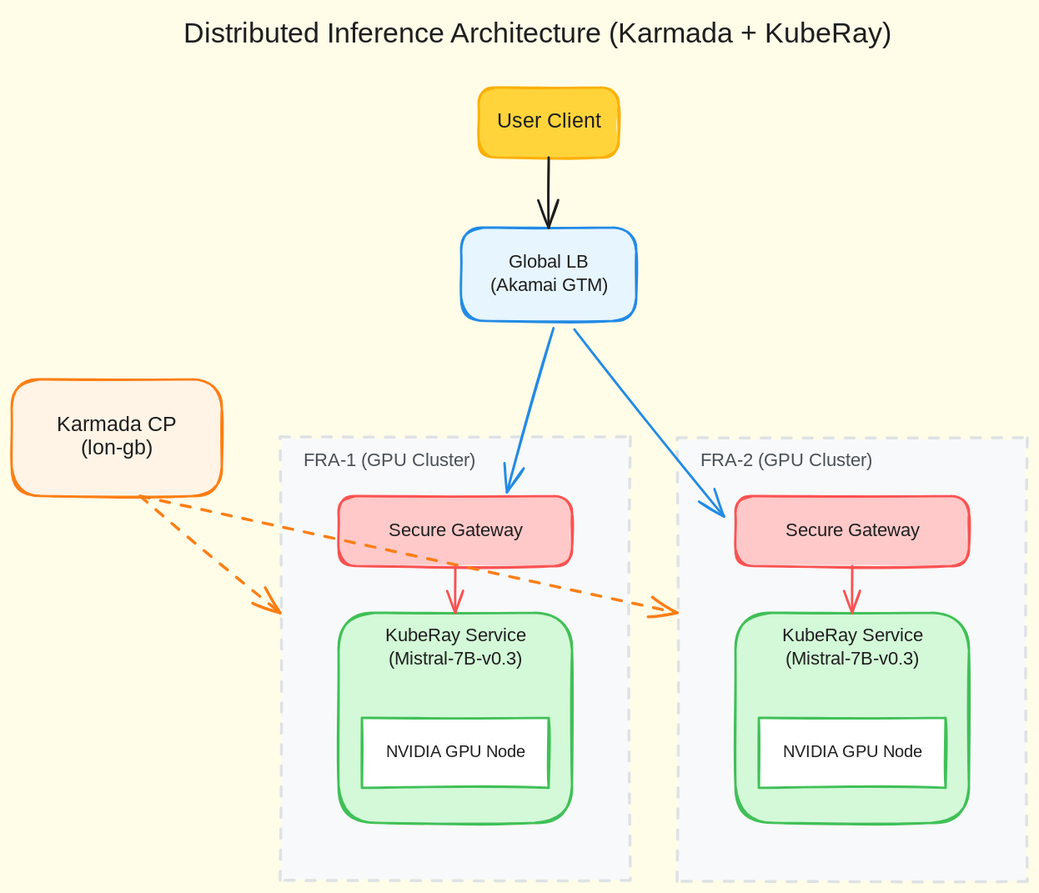
The Excalidraw diagram lke_distributed_inference/distributed-inference-architecture.excalidraw.svg in ram-pi/linode-playground, before a commit. Source tidied: one line per element, renumbered; positions are measured from the earlier drawing's top-left corner, leaving out a move shared by most shapes.
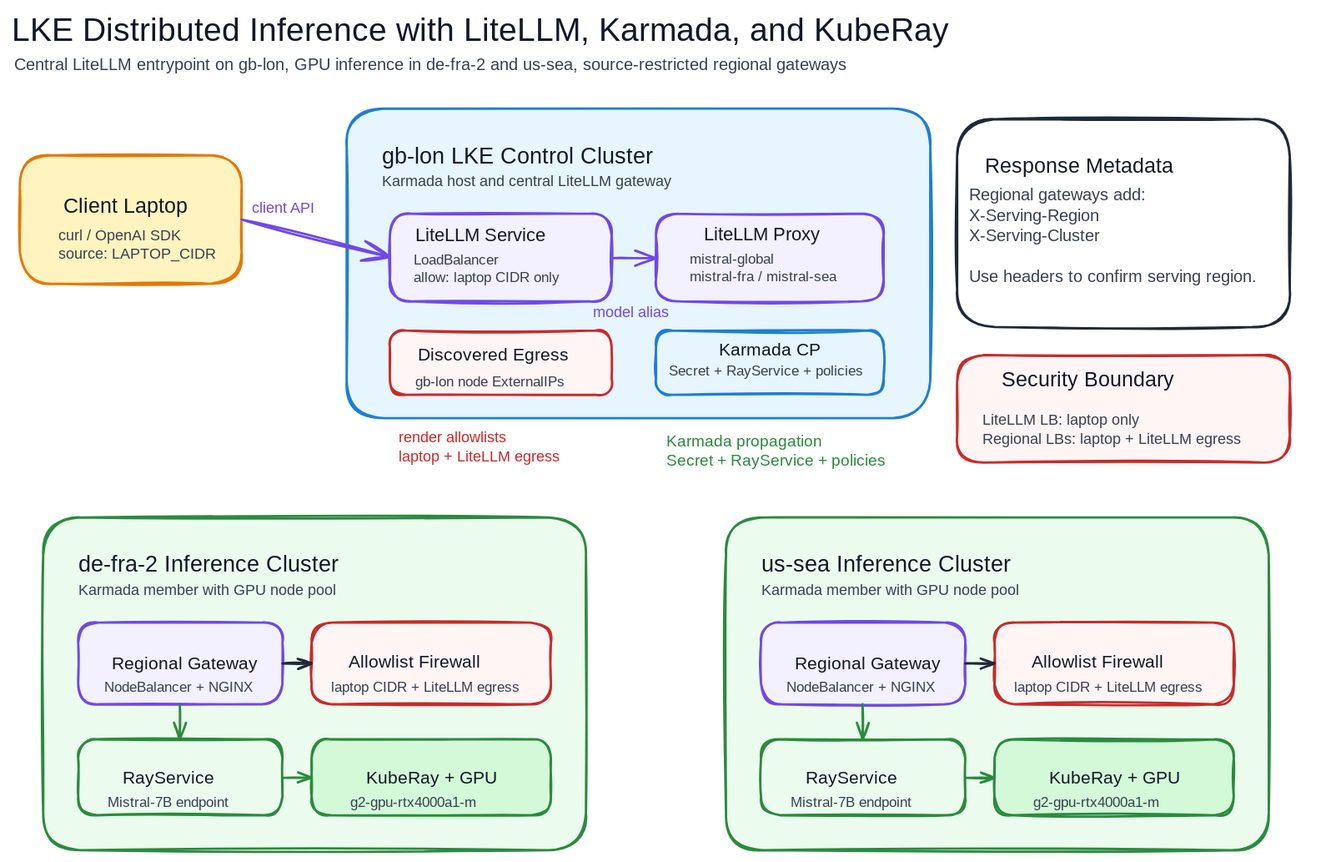
Above is the later version.

What changed in the source:
```diff
@@ -1,30 +1,68 @@
-{"id": 0, "type": "text", "text": "Distributed Inference Architecture (Karmada + KubeRay)", "strokeColor": "#1e1e1e", "strokeWidth": 2, "roughness": 1, "fontSize": 24, "fontFamily": 5, "textAlign": "center", "verticalAlign": "middle", "x": 119, "y": 0, "width": 664, "height": 40}
-{"id": 1, "type": "rectangle", "strokeColor": "#fab005", "backgroundColor": "#ffd43b", "fillStyle": "solid", "strokeWidth": 2, "roughness": 1, "round": true, "x": 400, "y": 65, "width": 120, "height": 60}
-{"id": 2, "type": "text", "text": "User Client", "strokeColor": "#1e1e1e", "strokeWidth": 2, "roughness": 1, "fontSize": 18, "fontFamily": 5, "textAlign": "center", "verticalAlign": "middle", "x": 415, "y": 80, "width": 90, "height": 30}
-{"id": 3, "type": "rectangle", "strokeColor": "#228be6", "backgroundColor": "#e7f5ff", "fillStyle": "solid", "strokeWidth": 2, "roughness": 1, "round": true, "x": 385, "y": 185, "width": 150, "height": 80}
-{"id": 4, "type": "text", "text": "Global LB\n(Akamai GTM)", "strokeColor": "#1e1e1e", "strokeWidth": 2, "roughness": 1, "fontSize": 16, "fontFamily": 5, "textAlign": "center", "verticalAlign": "middle", "x": 395, "y": 205, "width": 130, "height": 40}
-{"id": 5, "type": "rectangle", "strokeColor": "#fd7e14", "backgroundColor": "#fff4e6", "fillStyle": "solid", "strokeWidth": 2, "roughness": 1, "round": true, "x": 0, "y": 315, "width": 180, "height": 100}
-{"id": 6, "type": "text", "text": "Karmada CP\n(lon-gb)", "strokeColor": "#1e1e1e", "strokeWidth": 2, "roughness": 1, "fontSize": 18, "fontFamily": 5, "textAlign": "center", "verticalAlign": "middle", "x": 15, "y": 345, "width": 150, "height": 40}
-{"id": 7, "type": "rectangle", "strokeColor": "#dee2e6", "backgroundColor": "#f8f9fa", "fillStyle": "solid", "strokeWidth": 2, "strokeStyle": "dashed", "roughness": 1, "x": 230, "y": 364, "width": 300, "height": 380}
-{"id": 8, "type": "text", "text": "FRA-1 (GPU Cluster)", "strokeColor": "#495057", "strokeWidth": 2, "roughness": 1, "fontSize": 16, "fontFamily": 5, "x": 250, "y": 375, "width": 200, "height": 20}
-{"id": 9, "type": "rectangle", "strokeColor": "#fa5252", "backgroundColor": "#ffc9c9", "fillStyle": "solid", "strokeWidth": 2, "roughness": 1, "round": true, "x": 280, "y": 415, "width": 200, "height": 60}
-{"id": 10, "type": "text", "text": "Secure Gateway", "strokeColor": "#1e1e1e", "strokeWidth": 2, "roughness": 1, "fontSize": 16, "fontFamily": 5, "textAlign": "center", "x": 290, "y": 435, "width": 180, "height": 20}
-{"id": 11, "type": "rectangle", "strokeColor": "#40c057", "backgroundColor": "#d3f9d8", "fillStyle": "solid", "strokeWidth": 2, "roughness": 1, "round": true, "x": 280, "y": 515, "width": 200, "height": 180}
-{"id": 12, "type": "text", "text": "KubeRay Service\n(Mistral-7B-v0.3)", "strokeColor": "#1e1e1e", "strokeWidth": 2, "roughness": 1, "fontSize": 16, "fontFamily": 5, "textAlign": "center", "x": 290, "y": 525, "width": 180, "height": 40}
-{"id": 13, "type": "rectangle", "strokeColor": "#40c057", "backgroundColor": "#ffffff", "fillStyle": "solid", "strokeWidth": 2, "roughness": 1, "x": 300, "y": 605, "width": 160, "height": 60}
-{"id": 14, "type": "text", "text": "NVIDIA GPU Node", "strokeColor": "#1e1e1e", "strokeWidth": 2, "roughness": 1, "fontSize": 14, "fontFamily": 5, "textAlign": "center", "x": 310, "y": 625, "width": 140, "height": 20}
-{"id": 15, "type": "rectangle", "strokeColor": "#dee2e6", "backgroundColor": "#f8f9fa", "fillStyle": "solid", "strokeWidth": 2, "strokeStyle": "dashed", "roughness": 1, "x": 570, "y": 365, "width": 300, "height": 380}
-{"id": 16, "type": "text", "text": "FRA-2 (GPU Cluster)", "strokeColor": "#495057", "strokeWidth": 2, "roughness": 1, "fontSize": 16, "fontFamily": 5, "x": 590, "y": 375, "width": 200, "height": 20}
-{"id": 17, "type": "rectangle", "strokeColor": "#fa5252", "backgroundColor": "#ffc9c9", "fillStyle": "solid", "strokeWidth": 2, "roughness": 1, "round": true, "x": 620, "y": 415, "width": 200, "height": 60}
-{"id": 18, "type": "text", "text": "Secure Gateway", "strokeColor": "#1e1e1e", "strokeWidth": 2, "roughness": 1, "fontSize": 16, "fontFamily": 5, "textAlign": "center", "x": 630, "y": 435, "width": 180, "height": 20}
-{"id": 19, "type": "rectangle", "strokeColor": "#40c057", "backgroundColor": "#d3f9d8", "fillStyle": "solid", "strokeWidth": 2, "roughness": 1, "round": true, "x": 620, "y": 515, "width": 200, "height": 180}
-{"id": 20, "type": "text", "text": "KubeRay Service\n(Mistral-7B-v0.3)", "strokeColor": "#1e1e1e", "strokeWidth": 2, "roughness": 1, "fontSize": 16, "fontFamily": 5, "textAlign": "center", "x": 630, "y": 525, "width": 180, "height": 40}
-{"id": 21, "type": "rectangle", "strokeColor": "#40c057", "backgroundColor": "#ffffff", "fillStyle": "solid", "strokeWidth": 2, "roughness": 1, "x": 640, "y": 605, "width": 160, "height": 60}
-{"id": 22, "type": "text", "text": "NVIDIA GPU Node", "strokeColor": "#1e1e1e", "strokeWidth": 2, "roughness": 1, "fontSize": 14, "fontFamily": 5, "textAlign": "center", "x": 650, "y": 625, "width": 140, "height": 20}
-{"id": 23, "type": "arrow", "strokeColor": "#1e1e1e", "strokeWidth": 2, "roughness": 1, "endArrowhead": "arrow", "x": 460, "y": 125, "width": 0, "height": 60, "points": [[0, 0], [0, 60]]}
-{"id": 24, "type": "arrow", "strokeColor": "#228be6", "strokeWidth": 2, "roughness": 1, "endArrowhead": "arrow", "from": 3, "to": 9, "x": 464, "y": 271, "width": 40, "height": 141, "points": [[0, 0], [-40, 141]]}
-{"id": 25, "type": "arrow", "strokeColor": "#228be6", "strokeWidth": 2, "roughness": 1, "endArrowhead": "arrow", "from": 3, "to": 17, "x": 482, "y": 272, "width": 128, "height": 160, "points": [[0, 0], [128, 160]]}
-{"id": 26, "type": "arrow", "strokeColor": "#fd7e14", "strokeWidth": 2, "strokeStyle": "dashed", "roughness": 1, "endArrowhead": "arrow", "x": 110, "y": 415, "width": 120, "height": 100, "points": [[0, 0], [120, 100]]}
-{"id": 27, "type": "arrow", "strokeColor": "#fd7e14", "strokeWidth": 2, "strokeStyle": "dashed", "roughness": 1, "endArrowhead": "arrow", "x": 110, "y": 415, "width": 460, "height": 100, "points": [[0, 0], [460, 100]]}
-{"id": 28, "type": "arrow", "strokeColor": "#fa5252", "strokeWidth": 2, "roughness": 1, "endArrowhead": "arrow", "x": 380, "y": 475, "width": 0, "height": 40, "points": [[0, 0], [0, 40]]}
-{"id": 29, "type": "arrow", "strokeColor": "#fa5252", "strokeWidth": 2, "roughness": 1, "endArrowhead": "arrow", "x": 720, "y": 475, "width": 0, "height": 40, "points": [[0, 0], [0, 40]]}
+{"id": 30, "type": "text", "text": "LKE Distributed Inference with LiteLLM, Karmada, and KubeRay", "strokeColor": "#111827", "strokeWidth": 2, "roughness": 1, "fontSize": 28, "fontFamily": 5, "x": 133, "y": -170, "width": 865, "height": 35}
+{"id": 31, "type": "text", "text": "Central LiteLLM entrypoint on gb-lon, GPU inference in de-fra-2 and us-sea, source-restricted regional gateways", "strokeColor": "#374151", "strokeWidth": 2, "roughness": 1, "fontSize": 14, "fontFamily": 5, "x": 135, "y": -132, "width": 901, "height": 18}
+{"id": 32, "type": "rectangle", "strokeColor": "#e67700", "backgroundColor": "#fff3bf", "fillStyle": "solid", "strokeWidth": 2, "roughness": 1, "round": true, "x": 140, "y": -47, "width": 190, "height": 110}
+{"id": 33, "type": "text", "text": "Client Laptop", "strokeColor": "#111827", "strokeWidth": 2, "roughness": 1, "fontSize": 18, "fontFamily": 5, "x": 177, "y": -14, "width": 136, "height": 22}
+{"id": 34, "type": "text", "text": "curl / OpenAI SDK\nsource: LAPTOP_CIDR", "strokeColor": "#374151", "strokeWidth": 2, "roughness": 1, "fontSize": 13, "fontFamily": 5, "x": 173, "y": 14, "width": 148, "height": 32}
+{"id": 35, "type": "rectangle", "strokeColor": "#1c7ed6", "backgroundColor": "#e7f5ff", "fillStyle": "solid", "strokeWidth": 2, "roughness": 1, "round": true, "x": 420, "y": -87, "width": 500, "height": 265}
+{"id": 36, "type": "text", "text": "gb-lon LKE Control Cluster", "strokeColor": "#111827", "strokeWidth": 2, "roughness": 1, "fontSize": 19, "fontFamily": 5, "x": 450, "y": -57, "width": 287, "height": 24}
+{"id": 37, "type": "text", "text": "Karmada host and central LiteLLM gateway", "strokeColor": "#374151", "strokeWidth": 2, "roughness": 1, "fontSize": 13, "fontFamily": 5, "x": 450, "y": -32, "width": 302, "height": 16}
+{"id": 38, "type": "rectangle", "strokeColor": "#7048e8", "backgroundColor": "#f3f0ff", "fillStyle": "solid", "strokeWidth": 2, "roughness": 1, "round": true, "x": 457, "y": 3, "width": 190, "height": 75}
+{"id": 39, "type": "text", "text": "LiteLLM Service", "strokeColor": "#111827", "strokeWidth": 2, "roughness": 1, "fontSize": 16, "fontFamily": 5, "x": 479, "y": 13, "width": 139, "height": 20}
+{"id": 40, "type": "text", "text": "LoadBalancer\nallow: laptop CIDR only", "strokeColor": "#374151", "strokeWidth": 2, "roughness": 1, "fontSize": 12, "fontFamily": 5, "x": 478, "y": 36, "width": 160, "height": 30}
+{"id": 41, "type": "rectangle", "strokeColor": "#7048e8", "backgroundColor": "#f3f0ff", "fillStyle": "solid", "strokeWidth": 2, "roughness": 1, "round": true, "x": 685, "y": 3, "width": 195, "height": 75}
+{"id": 42, "type": "text", "text": "LiteLLM Proxy", "strokeColor": "#111827", "strokeWidth": 2, "roughness": 1, "fontSize": 16, "fontFamily": 5, "x": 726, "y": 12, "width": 121, "height": 20}
+{"id": 43, "type": "text", "text": "mistral-global\nmistral-fra / mistral-sea", "strokeColor": "#374151", "strokeWidth": 2, "roughness": 1, "fontSize": 12, "fontFamily": 5, "x": 714, "y": 36, "width": 174, "height": 30}
+{"id": 44, "type": "rectangle", "strokeColor": "#c92a2a", "backgroundColor": "#fff5f5", "fillStyle": "solid", "strokeWidth": 2, "roughness": 1, "round": true, "x": 457, "y": 103, "width": 190, "height": 55}
+{"id": 45, "type": "text", "text": "Discovered Egress", "strokeColor": "#111827", "strokeWidth": 2, "roughness": 1, "fontSize": 15, "fontFamily": 5, "x": 481, "y": 116, "width": 148, "height": 19}
+{"id": 46, "type": "text", "text": "gb-lon node ExternalIPs", "strokeColor": "#374151", "strokeWidth": 2, "roughness": 1, "fontSize": 12, "fontFamily": 5, "x": 479, "y": 141, "width": 160, "height": 15}
+{"id": 47, "type": "rectangle", "strokeColor": "#1c7ed6", "backgroundColor": "#e7f5ff", "fillStyle": "solid", "strokeWidth": 2, "roughness": 1, "round": true, "x": 685, "y": 103, "width": 195, "height": 55}
+{"id": 48, "type": "text", "text": "Karmada CP", "strokeColor": "#111827", "strokeWidth": 2, "roughness": 1, "fontSize": 15, "fontFamily": 5, "x": 739, "y": 112, "width": 85, "height": 19}
+{"id": 49, "type": "text", "text": "Secret + RayService + policies", "strokeColor": "#374151", "strokeWidth": 2, "roughness": 1, "fontSize": 12, "fontFamily": 5, "x": 696, "y": 131, "width": 174, "height": 15}
+{"id": 50, "type": "rectangle", "strokeColor": "#2b8a3e", "backgroundColor": "#ebfbee", "fillStyle": "solid", "strokeWidth": 2, "roughness": 1, "round": true, "x": 160, "y": 263, "width": 465, "height": 285}
+{"id": 51, "type": "text", "text": "de-fra-2 Inference Cluster", "strokeColor": "#111827", "strokeWidth": 2, "roughness": 1, "fontSize": 19, "fontFamily": 5, "x": 190, "y": 293, "width": 287, "height": 24}
+{"id": 52, "type": "text", "text": "Karmada member with GPU node pool", "strokeColor": "#374151", "strokeWidth": 2, "roughness": 1, "fontSize": 13, "fontFamily": 5, "x": 190, "y": 318, "width": 249, "height": 16}
+{"id": 53, "type": "rectangle", "strokeColor": "#7048e8", "backgroundColor": "#f3f0ff", "fillStyle": "solid", "strokeWidth": 2, "roughness": 1, "round": true, "x": 190, "y": 353, "width": 175, "height": 70}
+{"id": 54, "type": "text", "text": "Regional Gateway", "strokeColor": "#111827", "strokeWidth": 2, "roughness": 1, "fontSize": 15, "fontFamily": 5, "x": 219, "y": 380, "width": 139, "height": 19}
+{"id": 55, "type": "text", "text": "NodeBalancer + NGINX", "strokeColor": "#374151", "strokeWidth": 2, "roughness": 1, "fontSize": 12, "fontFamily": 5, "x": 212, "y": 402, "width": 139, "height": 15}
+{"id": 56, "type": "rectangle", "strokeColor": "#c92a2a", "backgroundColor": "#fff5f5", "fillStyle": "solid", "strokeWidth": 2, "roughness": 1, "round": true, "x": 390, "y": 353, "width": 205, "height": 70}
+{"id": 57, "type": "text", "text": "Allowlist Firewall", "strokeColor": "#111827", "strokeWidth": 2, "roughness": 1, "fontSize": 15, "fontFamily": 5, "x": 422, "y": 378, "width": 157, "height": 19}
+{"id": 58, "type": "text", "text": "laptop CIDR + LiteLLM egress", "strokeColor": "#374151", "strokeWidth": 2, "roughness": 1, "fontSize": 12, "fontFamily": 5, "x": 407, "y": 402, "width": 195, "height": 15}
+{"id": 59, "type": "rectangle", "strokeColor": "#2b8a3e", "backgroundColor": "#ebfbee", "fillStyle": "solid", "strokeWidth": 2, "roughness": 1, "round": true, "x": 190, "y": 453, "width": 175, "height": 65}
+{"id": 60, "type": "text", "text": "RayService", "strokeColor": "#111827", "strokeWidth": 2, "roughness": 1, "fontSize": 15, "fontFamily": 5, "x": 228, "y": 478, "width": 87, "height": 19}
+{"id": 61, "type": "text", "text": "Mistral-7B endpoint", "strokeColor": "#374151", "strokeWidth": 2, "roughness": 1, "fontSize": 12, "fontFamily": 5, "x": 215, "y": 500, "width": 132, "height": 15}
+{"id": 62, "type": "rectangle", "strokeColor": "#2b8a3e", "backgroundColor": "#d3f9d8", "fillStyle": "solid", "strokeWidth": 2, "roughness": 1, "round": true, "x": 390, "y": 453, "width": 205, "height": 65}
+{"id": 63, "type": "text", "text": "KubeRay + GPU", "strokeColor": "#111827", "strokeWidth": 2, "roughness": 1, "fontSize": 15, "fontFamily": 5, "x": 437, "y": 478, "width": 113, "height": 19}
+{"id": 64, "type": "text", "text": "g2-gpu-rtx4000a1-m", "strokeColor": "#374151", "strokeWidth": 2, "roughness": 1, "fontSize": 12, "fontFamily": 5, "x": 423, "y": 500, "width": 125, "height": 15}
+{"id": 65, "type": "rectangle", "strokeColor": "#2b8a3e", "backgroundColor": "#ebfbee", "fillStyle": "solid", "strokeWidth": 2, "roughness": 1, "round": true, "x": 745, "y": 263, "width": 465, "height": 285}
+{"id": 66, "type": "text", "text": "us-sea Inference Cluster", "strokeColor": "#111827", "strokeWidth": 2, "roughness": 1, "fontSize": 19, "fontFamily": 5, "x": 775, "y": 293, "width": 264, "height": 24}
+{"id": 67, "type": "text", "text": "Karmada member with GPU node pool", "strokeColor": "#374151", "strokeWidth": 2, "roughness": 1, "fontSize": 13, "fontFamily": 5, "x": 775, "y": 318, "width": 249, "height": 16}
+{"id": 68, "type": "rectangle", "strokeColor": "#7048e8", "backgroundColor": "#f3f0ff", "fillStyle": "solid", "strokeWidth": 2, "roughness": 1, "round": true, "x": 775, "y": 353, "width": 175, "height": 70}
+{"id": 69, "type": "text", "text": "Regional Gateway", "strokeColor": "#111827", "strokeWidth": 2, "roughness": 1, "fontSize": 15, "fontFamily": 5, "x": 804, "y": 380, "width": 139, "height": 19}
+{"id": 70, "type": "text", "text": "NodeBalancer + NGINX", "strokeColor": "#374151", "strokeWidth": 2, "roughness": 1, "fontSize": 12, "fontFamily": 5, "x": 797, "y": 402, "width": 139, "height": 15}
+{"id": 71, "type": "rectangle", "strokeColor": "#c92a2a", "backgroundColor": "#fff5f5", "fillStyle": "solid", "strokeWidth": 2, "roughness": 1, "round": true, "x": 975, "y": 353, "width": 205, "height": 70}
+{"id": 72, "type": "text", "text": "Allowlist Firewall", "strokeColor": "#111827", "strokeWidth": 2, "roughness": 1, "fontSize": 15, "fontFamily": 5, "x": 1007, "y": 378, "width": 157, "height": 19}
+{"id": 73, "type": "text", "text": "laptop CIDR + LiteLLM egress", "strokeColor": "#374151", "strokeWidth": 2, "roughness": 1, "fontSize": 12, "fontFamily": 5, "x": 992, "y": 402, "width": 195, "height": 15}
+{"id": 74, "type": "rectangle", "strokeColor": "#2b8a3e", "backgroundColor": "#ebfbee", "fillStyle": "solid", "strokeWidth": 2, "roughness": 1, "round": true, "x": 775, "y": 453, "width": 175, "height": 65}
+{"id": 75, "type": "text", "text": "RayService", "strokeColor": "#111827", "strokeWidth": 2, "roughness": 1, "fontSize": 15, "fontFamily": 5, "x": 813, "y": 478, "width": 87, "height": 19}
+{"id": 76, "type": "text", "text": "Mistral-7B endpoint", "strokeColor": "#374151", "strokeWidth": 2, "roughness": 1, "fontSize": 12, "fontFamily": 5, "x": 800, "y": 500, "width": 132, "height": 15}
+{"id": 77, "type": "rectangle", "strokeColor": "#2b8a3e", "backgroundColor": "#d3f9d8", "fillStyle": "solid", "strokeWidth": 2, "roughness": 1, "round": true, "x": 975, "y": 453, "width": 205, "height": 65}
+{"id": 78, "type": "text", "text": "KubeRay + GPU", "strokeColor": "#111827", "strokeWidth": 2, "roughness": 1, "fontSize": 15, "fontFamily": 5, "x": 1022, "y": 478, "width": 113, "height": 19}
+{"id": 79, "type": "text", "text": "g2-gpu-rtx4000a1-m", "strokeColor": "#374151", "strokeWidth": 2, "roughness": 1, "fontSize": 12, "fontFamily": 5, "x": 1008, "y": 500, "width": 125, "height": 15}
+{"id": 80, "type": "rectangle", "strokeColor": "#1f2937", "backgroundColor": "#ffffff", "fillStyle": "solid", "strokeWidth": 2, "roughness": 1, "round": true, "x": 943, "y": -78, "width": 285, "height": 178}
+{"id": 81, "type": "text", "text": "Response Metadata", "strokeColor": "#111827", "strokeWidth": 2, "roughness": 1, "fontSize": 18, "fontFamily": 5, "x": 967, "y": -48, "width": 177, "height": 22}
+{"id": 82, "type": "text", "text": "Regional gateways add:\nX-Serving-Region\nX-Serving-Cluster\n\nUse headers to confirm serving region.", "strokeColor": "#374151", "strokeWidth": 2, "roughness": 1, "fontSize": 14, "fontFamily": 5, "x": 953, "y": -20, "width": 309, "height": 88}
+{"id": 83, "type": "rectangle", "strokeColor": "#c92a2a", "backgroundColor": "#fff5f5", "fillStyle": "solid", "strokeWidth": 2, "roughness": 1, "round": true, "x": 943, "y": 124, "width": 285, "height": 92}
+{"id": 84, "type": "text", "text": "Security Boundary", "strokeColor": "#111827", "strokeWidth": 2, "roughness": 1, "fontSize": 18, "fontFamily": 5, "x": 982, "y": 135, "width": 177, "height": 22}
+{"id": 85, "type": "text", "text": "LiteLLM LB: laptop only\nRegional LBs: laptop + LiteLLM egress", "strokeColor": "#374151", "strokeWidth": 2, "roughness": 1, "fontSize": 13, "fontFamily": 5, "x": 965, "y": 173, "width": 279, "height": 32}
+{"id": 86, "type": "arrow", "strokeColor": "#7048e8", "strokeWidth": 2, "roughness": 1, "endArrowhead": "arrow", "x": 330, "y": 8, "width": 127, "height": 32, "points": [[0, 0], [127, 32]]}
+{"id": 87, "type": "text", "text": "client API", "strokeColor": "#7048e8", "strokeWidth": 2, "roughness": 1, "fontSize": 13, "fontFamily": 5, "x": 339, "y": -9, "width": 64, "height": 16}
+{"id": 88, "type": "arrow", "strokeColor": "#7048e8", "strokeWidth": 2, "roughness": 1, "endArrowhead": "arrow", "x": 647, "y": 41, "width": 38, "height": 0, "points": [[0, 0], [38, 0]]}
+{"id": 89, "type": "text", "text": "model alias", "strokeColor": "#7048e8", "strokeWidth": 2, "roughness": 1, "fontSize": 13, "fontFamily": 5, "x": 631, "y": 81, "width": 68, "height": 16}
+{"id": 90, "type": "text", "text": "Karmada propagation\nSecret + RayService + policies", "strokeColor": "#2b8a3e", "strokeWidth": 2, "roughness": 1, "fontSize": 13.26, "fontFamily": 5, "x": 694, "y": 191, "width": 231, "height": 33}
+{"id": 91, "type": "text", "text": "render allowlists\nlaptop + LiteLLM egress", "strokeColor": "#c92a2a", "strokeWidth": 2, "roughness": 1, "fontSize": 13, "fontFamily": 5, "x": 465, "y": 188, "width": 173, "height": 32}
+{"id": 92, "type": "arrow", "strokeColor": "#1f2937", "strokeWidth": 2, "roughness": 1, "endArrowhead": "arrow", "x": 365, "y": 388, "width": 25, "height": 0, "points": [[0, 0], [25, 0]]}
+{"id": 93, "type": "arrow", "strokeColor": "#2b8a3e", "strokeWidth": 2, "roughness": 1, "endArrowhead": "arrow", "x": 277, "y": 423, "width": 0, "height": 30, "points": [[0, 0], [0, 30]]}
+{"id": 94, "type": "arrow", "strokeColor": "#2b8a3e", "strokeWidth": 2, "roughness": 1, "endArrowhead": "arrow", "x": 365, "y": 486, "width": 25, "height": 0, "points": [[0, 0], [25, 0]]}
+{"id": 95, "type": "arrow", "strokeColor": "#1f2937", "strokeWidth": 2, "roughness": 1, "endArrowhead": "arrow", "x": 950, "y": 388, "width": 25, "height": 0, "points": [[0, 0], [25, 0]]}
+{"id": 96, "type": "arrow", "strokeColor": "#2b8a3e", "strokeWidth": 2, "roughness": 1, "endArrowhead": "arrow", "x": 862, "y": 423, "width": 0, "height": 30, "points": [[0, 0], [0, 30]]}
+{"id": 97, "type": "arrow", "strokeColor": "#2b8a3e", "strokeWidth": 2, "roughness": 1, "endArrowhead": "arrow", "x": 950, "y": 486, "width": 25, "height": 0, "points": [[0, 0], [25, 0]]}
```
